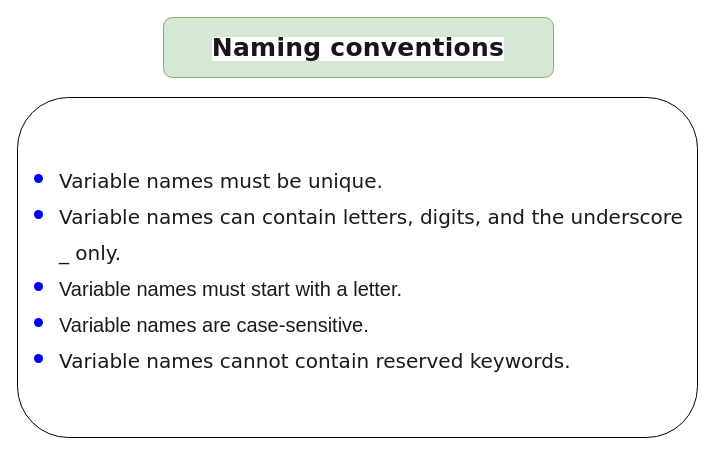
Earlier version of the draw.io diagram page "Page-10" (9 of 10) of Untitled Diagram.drawio (Alnzir-developer/Alnzir). Source tidied: cells renumbered, new cells numbered last; positions are measured from the earlier drawing's top-left corner, leaving out a move shared by most shapes. Both pictures are drawn from the tidied source at 100%, with x=0, y=0 at pixel (17, 17).
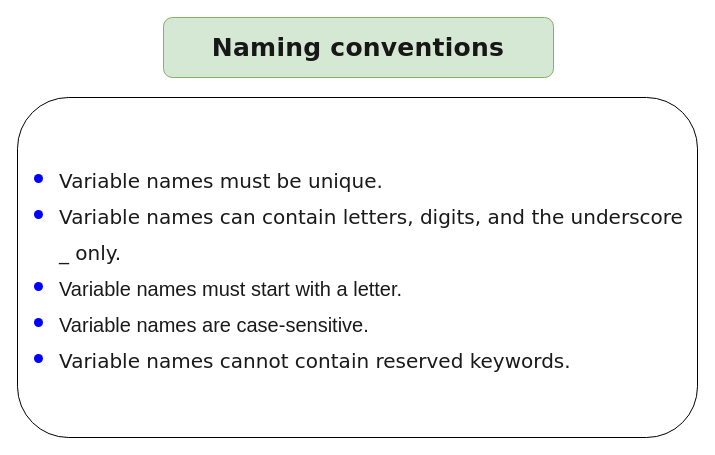
The same diagram, later.

The edit, as a diff of the source:
```diff
@@
 <mxGraphModel>
   <root>
     <mxCell id="0" />
     <mxCell id="1" parent="0" />
     <mxCell id="2" style="rounded=1;whiteSpace=wrap;html=1;fontSize=30;fontColor=#0000FF;" parent="1" vertex="1">
       <mxGeometry x="276" y="280" width="120" height="60" as="geometry" />
     </mxCell>
     <mxCell id="3" value="&lt;ul&gt;&lt;li&gt;&lt;span style=&quot;background-color: rgb(255, 255, 255); font-family: Verdana, sans-serif, Geneva;&quot;&gt;&lt;font style=&quot;font-size: 20px;&quot; color=&quot;#1a1a1a&quot;&gt;Variable names must be unique.&lt;/font&gt;&lt;/span&gt;&lt;/li&gt;&lt;li&gt;&lt;font style=&quot;font-size: 20px;&quot; color=&quot;#1a1a1a&quot;&gt;&lt;font style=&quot;background-color: initial; font-size: 20px;&quot; face=&quot;Verdana, sans-serif, Geneva&quot;&gt;&lt;span style=&quot;background-color: rgb(255, 255, 255);&quot;&gt;Variable names can contain letters, digits, and the underscore _&amp;nbsp;&lt;/span&gt;&lt;/font&gt;&lt;font style=&quot;background-color: initial; font-size: 20px;&quot; face=&quot;Verdana, sans-serif, Geneva&quot;&gt;&lt;span style=&quot;background-color: rgb(255, 255, 255);&quot;&gt;only.&lt;/span&gt;&lt;/font&gt;&lt;/font&gt;&lt;/li&gt;&lt;li&gt;&lt;span style=&quot;font-size: 20px; background-color: initial;&quot;&gt;&lt;font style=&quot;font-size: 20px;&quot; color=&quot;#1a1a1a&quot;&gt;Variable names must start with a letter.&lt;/font&gt;&lt;/span&gt;&lt;/li&gt;&lt;li&gt;&lt;span style=&quot;background-color: initial;&quot;&gt;&lt;font style=&quot;font-size: 20px;&quot; color=&quot;#1a1a1a&quot;&gt;Variable names are case-sensitive.&lt;/font&gt;&lt;/span&gt;&lt;/li&gt;&lt;li&gt;&lt;span style=&quot;background-color: rgb(255, 255, 255); font-family: Verdana, sans-serif, Geneva;&quot;&gt;&lt;font style=&quot;font-size: 20px;&quot; color=&quot;#1a1a1a&quot;&gt;Variable names cannot contain reserved keywords.&amp;nbsp;&lt;/font&gt;&lt;/span&gt;&lt;/li&gt;&lt;/ul&gt;" style="rounded=1;whiteSpace=wrap;html=1;fontSize=30;fontColor=#0000FF;align=left;" parent="1" vertex="1">
       <mxGeometry y="80" width="680" height="340" as="geometry" />
     </mxCell>
-    <mxCell id="4" value="&lt;span style=&quot;color: rgb(24, 23, 23); font-family: Verdana, sans-serif, Geneva; letter-spacing: 0.238px; text-align: justify; background-color: rgb(255, 255, 255);&quot;&gt;&lt;b style=&quot;&quot;&gt;&lt;font style=&quot;font-size: 25px;&quot;&gt;Naming conventions&lt;/font&gt;&lt;/b&gt;&lt;/span&gt;" style="rounded=1;whiteSpace=wrap;html=1;fontSize=20;fillColor=#d5e8d4;strokeColor=#82b366;" parent="1" vertex="1">
+    <mxCell id="4" value="&lt;span style=&quot;color: rgb(24, 23, 23); font-family: Verdana, sans-serif, Geneva; letter-spacing: 0.238px; text-align: justify;&quot;&gt;&lt;b style=&quot;&quot;&gt;&lt;font style=&quot;font-size: 25px;&quot;&gt;Naming conventions&lt;/font&gt;&lt;/b&gt;&lt;/span&gt;" style="rounded=1;whiteSpace=wrap;html=1;fontSize=20;fillColor=#d5e8d4;strokeColor=#82b366;" parent="1" vertex="1">
       <mxGeometry x="146" width="390" height="60" as="geometry" />
     </mxCell>
   </root>
 </mxGraphModel>
```
